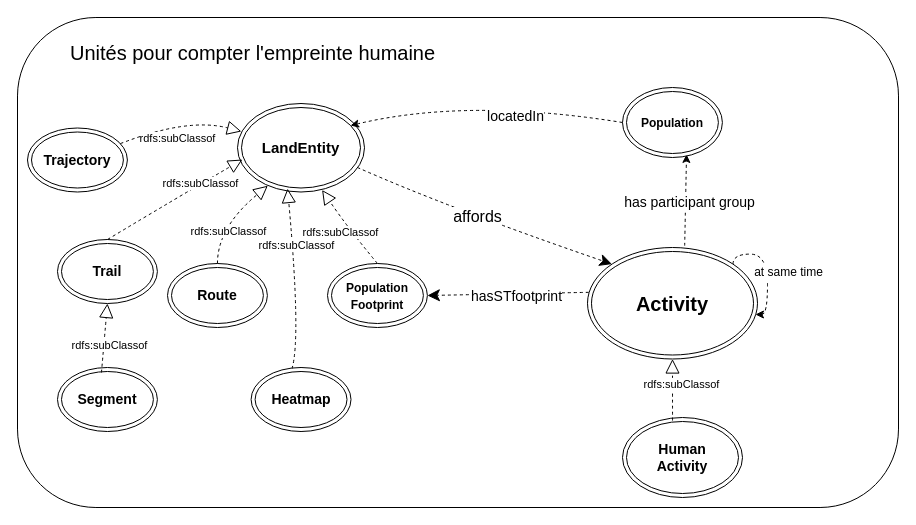
This is page "figure 6" (6 of 6) of docs/diagrams/model_KG_article_long.drawio from IntForOut/outdoorPressure, a draw.io file, before an edit. Source tidied: cells renumbered, new cells numbered last; positions are measured from the earlier drawing's top-left corner, leaving out a move shared by most shapes. Both pictures are drawn from the tidied source at 100%, with x=0, y=0 at pixel (17, 17).
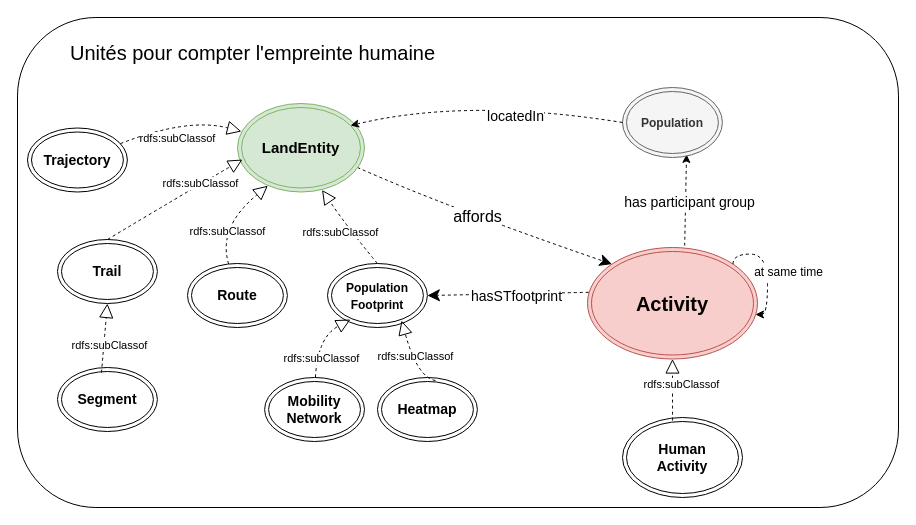
Above is the later version.

Commit message:
heatmap et réseau mobilité

Unchanged cells that the change refers to:
```xml
<mxCell id="21" value="&lt;b&gt;&lt;font style=&quot;font-size: 12px;&quot;&gt;Population&lt;/font&gt;&lt;/b&gt;&lt;div&gt;&lt;b&gt;&lt;font style=&quot;font-size: 12px;&quot;&gt;Footprint&lt;/font&gt;&lt;/b&gt;&lt;/div&gt;" style="ellipse;shape=doubleEllipse;whiteSpace=wrap;html=1;fontSize=14;" parent="1" vertex="1">
  <mxGeometry x="310" y="246" width="99.9" height="64" as="geometry" />
</mxCell>
```

The edit, as a diff of the source:
```diff
@@
-    <mxCell id="6" value="&lt;b&gt;&lt;font style=&quot;font-size: 15px;&quot;&gt;LandEntity&lt;/font&gt;&lt;/b&gt;" style="ellipse;shape=doubleEllipse;whiteSpace=wrap;html=1;fontSize=14;" parent="1" vertex="1">
+    <mxCell id="6" value="&lt;b&gt;&lt;font style=&quot;font-size: 15px;&quot;&gt;LandEntity&lt;/font&gt;&lt;/b&gt;" style="ellipse;shape=doubleEllipse;whiteSpace=wrap;html=1;fontSize=14;fillColor=#d5e8d4;strokeColor=#82b366;" parent="1" vertex="1">
       <mxGeometry x="220" y="86" width="127" height="88.5" as="geometry" />
     </mxCell>
@@
-    <mxCell id="9" value="&lt;b&gt;&lt;font style=&quot;font-size: 20px;&quot;&gt;Activity&lt;/font&gt;&lt;/b&gt;" style="ellipse;shape=doubleEllipse;whiteSpace=wrap;html=1;fontSize=14;" parent="1" vertex="1">
+    <mxCell id="9" value="&lt;b&gt;&lt;font style=&quot;font-size: 20px;&quot;&gt;Activity&lt;/font&gt;&lt;/b&gt;" style="ellipse;shape=doubleEllipse;whiteSpace=wrap;html=1;fontSize=14;fillColor=#f8cecc;strokeColor=#b85450;" parent="1" vertex="1">
       <mxGeometry x="570" y="230" width="170" height="111.5" as="geometry" />
     </mxCell>
@@
-    <mxCell id="12" value="&lt;b&gt;&lt;font style=&quot;font-size: 12px;&quot;&gt;Population&lt;/font&gt;&lt;/b&gt;" style="ellipse;shape=doubleEllipse;whiteSpace=wrap;html=1;fontSize=14;" parent="1" vertex="1">
+    <mxCell id="12" value="&lt;b&gt;&lt;font style=&quot;font-size: 12px;&quot;&gt;Population&lt;/font&gt;&lt;/b&gt;" style="ellipse;shape=doubleEllipse;whiteSpace=wrap;html=1;fontSize=14;fillColor=#f5f5f5;fontColor=#333333;strokeColor=#666666;" parent="1" vertex="1">
       <mxGeometry x="605" y="70" width="99.9" height="70" as="geometry" />
     </mxCell>
@@
     <mxCell id="24" value="&lt;b&gt;Route&lt;/b&gt;" style="ellipse;shape=doubleEllipse;whiteSpace=wrap;html=1;fontSize=14;" parent="1" vertex="1">
-      <mxGeometry x="150" y="246" width="99.9" height="64" as="geometry" />
+      <mxGeometry x="170" y="246" width="99.9" height="64" as="geometry" />
     </mxCell>
@@
     <mxCell id="30" value="&lt;b&gt;Heatmap&lt;/b&gt;" style="ellipse;shape=doubleEllipse;whiteSpace=wrap;html=1;fontSize=14;" parent="1" vertex="1">
-      <mxGeometry x="233.6" y="350" width="99.9" height="64" as="geometry" />
+      <mxGeometry x="360" y="360" width="99.9" height="64" as="geometry" />
     </mxCell>
-    <mxCell id="31" style="edgeStyle=none;html=1;rounded=0;curved=1;dashed=1;endArrow=block;endFill=0;endSize=12;entryX=0.394;entryY=0.961;entryDx=0;entryDy=0;entryPerimeter=0;exitX=0.41;exitY=0.016;exitDx=0;exitDy=0;exitPerimeter=0;" parent="1" edge="1" source="30" target="6">
+    <mxCell id="31" style="edgeStyle=none;html=1;rounded=0;curved=1;dashed=1;endArrow=block;endFill=0;endSize=12;entryX=0.741;entryY=0.891;entryDx=0;entryDy=0;exitX=0.58;exitY=0.047;exitDx=0;exitDy=0;exitPerimeter=0;entryPerimeter=0;" parent="1" edge="1" source="30" target="21">
       <mxGeometry relative="1" as="geometry">
         <Array as="points">
-          <mxPoint x="283.5" y="320" />
+          <mxPoint x="400" y="360" />
         </Array>
       </mxGeometry>
     </mxCell>
     <mxCell id="32" value="&lt;font&gt;rdfs:subClassof&lt;/font&gt;" style="edgeLabel;html=1;align=center;verticalAlign=middle;fontSize=11;" parent="31" vertex="1">
       <mxGeometry x="0.03" y="2" relative="1" as="geometry">
-        <mxPoint x="3" y="-31" as="offset" />
+        <mxPoint x="5" y="-1" as="offset" />
       </mxGeometry>
     </mxCell>
@@
+    <mxCell id="39" value="&lt;div&gt;&lt;b&gt;Mobility&lt;/b&gt;&lt;/div&gt;&lt;div&gt;&lt;b&gt;Network&lt;/b&gt;&lt;/div&gt;" style="ellipse;shape=doubleEllipse;whiteSpace=wrap;html=1;fontSize=14;" parent="1" vertex="1">
+      <mxGeometry x="247.1" y="360" width="99.9" height="64" as="geometry" />
+    </mxCell>
+    <mxCell id="40" style="edgeStyle=none;html=1;rounded=0;curved=1;dashed=1;endArrow=block;endFill=0;endSize=12;entryX=0.23;entryY=0.875;entryDx=0;entryDy=0;entryPerimeter=0;" parent="1" edge="1" source="39" target="21">
+      <mxGeometry relative="1" as="geometry">
+        <Array as="points">
+          <mxPoint x="300" y="320" />
+        </Array>
+      </mxGeometry>
+    </mxCell>
+    <mxCell id="41" value="&lt;font&gt;rdfs:subClassof&lt;/font&gt;" style="edgeLabel;html=1;align=center;verticalAlign=middle;fontSize=11;" parent="40" vertex="1">
+      <mxGeometry x="0.03" y="2" relative="1" as="geometry">
+        <mxPoint x="5" y="22" as="offset" />
+      </mxGeometry>
+    </mxCell>
```
